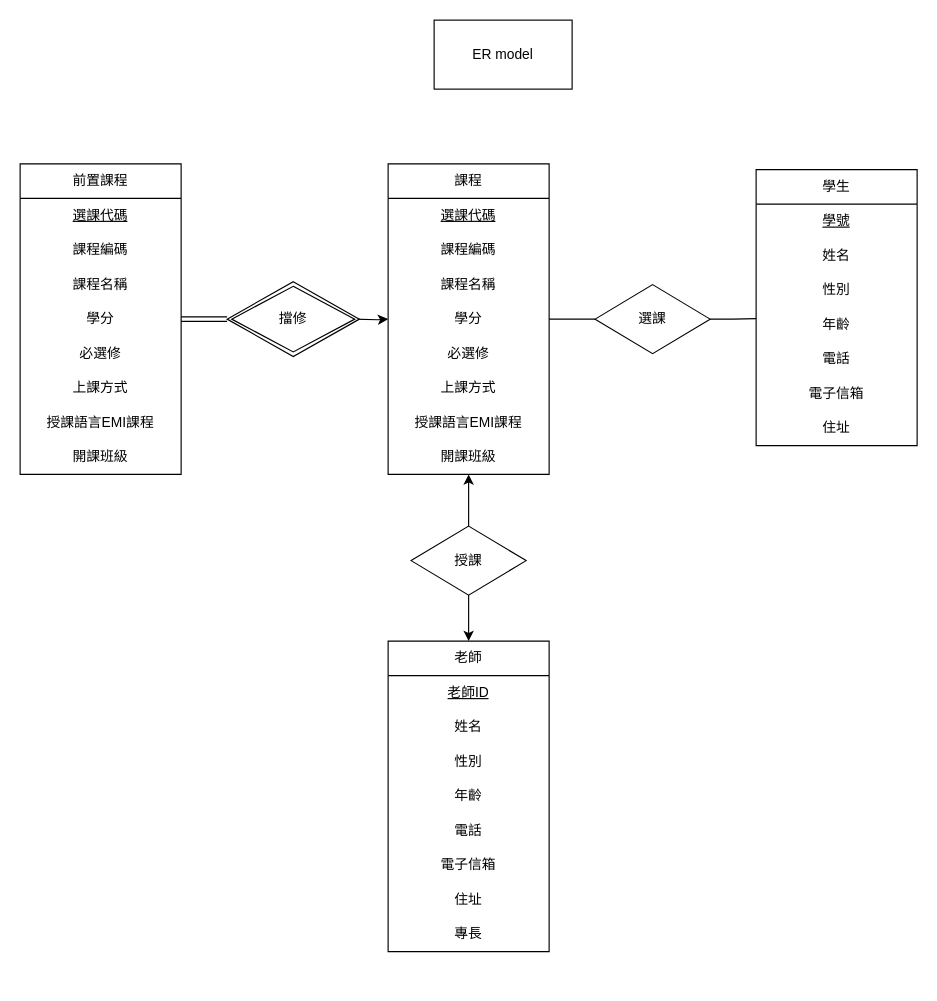
The draw.io diagram DB Schema 設計/ER model.drawio in SparrowTen/FCU_CourseSearch, before the edit. Source tidied: cells renumbered, new cells numbered last; positions are measured from the earlier drawing's top-left corner, leaving out a move shared by most shapes. Both pictures are drawn from the tidied source at 115%, with x=0, y=0 at pixel (20, 20).
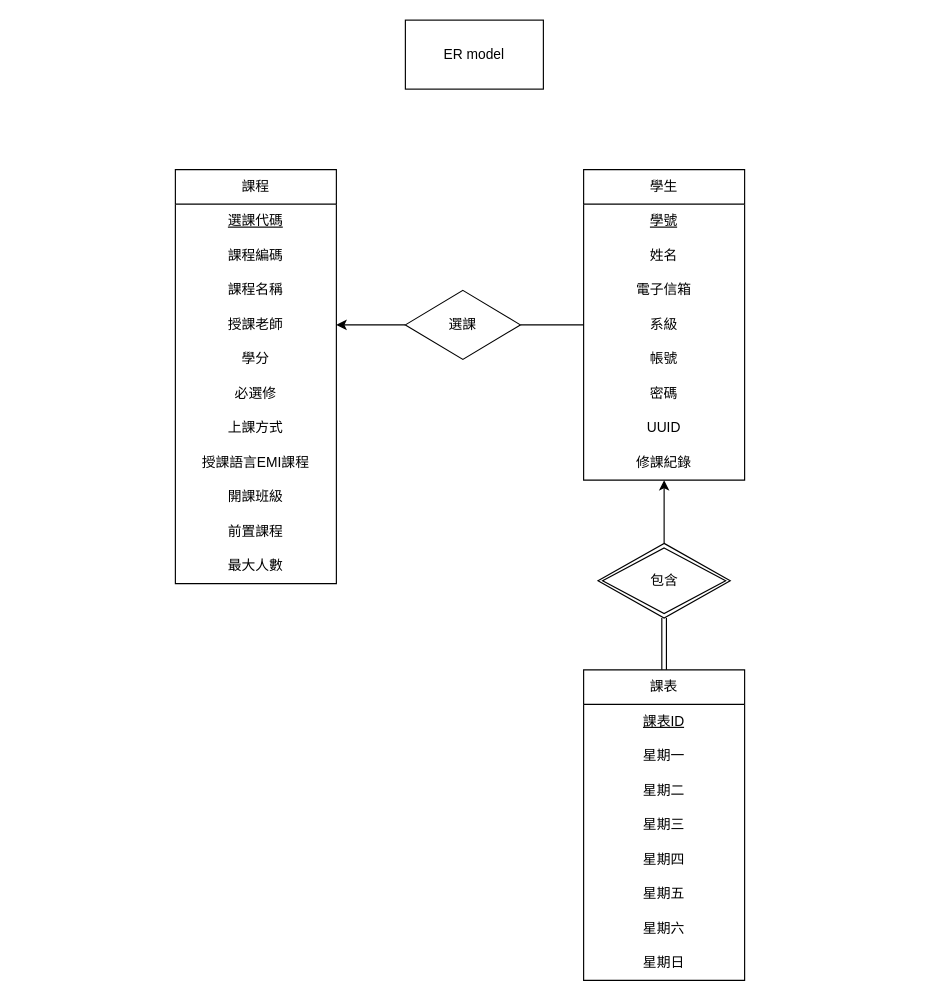
The same page after the edit.

Diff of the diagram source:
```diff
@@
     <mxCell id="2" value="ER model" style="rounded=0;whiteSpace=wrap;html=1;" parent="1" vertex="1">
-      <mxGeometry x="360" width="120" height="60" as="geometry" />
+      <mxGeometry x="335" width="120" height="60" as="geometry" />
     </mxCell>
     <mxCell id="3" value="課程" style="swimlane;fontStyle=0;horizontal=1;startSize=30;whiteSpace=wrap;html=1;" parent="1" vertex="1">
-      <mxGeometry x="320" y="125" width="140" height="270" as="geometry" />
+      <mxGeometry x="135" y="130" width="140" height="360" as="geometry" />
     </mxCell>
@@
+    <mxCell id="48" value="授課老師" style="text;strokeColor=none;fillColor=none;align=center;verticalAlign=middle;spacingLeft=4;spacingRight=4;overflow=hidden;points=[[0,0.5],[1,0.5]];portConstraint=eastwest;whiteSpace=wrap;html=1;" parent="3" vertex="1">
+      <mxGeometry y="120" width="140" height="30" as="geometry" />
+    </mxCell>
     <mxCell id="7" value="學分" style="text;strokeColor=none;fillColor=none;align=center;verticalAlign=middle;spacingLeft=4;spacingRight=4;overflow=hidden;points=[[0,0.5],[1,0.5]];portConstraint=eastwest;whiteSpace=wrap;html=1;" parent="3" vertex="1">
-      <mxGeometry y="120" width="140" height="30" as="geometry" />
+      <mxGeometry y="150" width="140" height="30" as="geometry" />
     </mxCell>
     <mxCell id="8" value="必選修" style="text;strokeColor=none;fillColor=none;align=center;verticalAlign=middle;spacingLeft=4;spacingRight=4;overflow=hidden;whiteSpace=wrap;html=1;" parent="3" vertex="1">
-      <mxGeometry y="150" width="140" height="30" as="geometry" />
+      <mxGeometry y="180" width="140" height="30" as="geometry" />
     </mxCell>
     <mxCell id="9" value="上課方式" style="text;strokeColor=none;fillColor=none;align=center;verticalAlign=middle;spacingLeft=4;spacingRight=4;overflow=hidden;whiteSpace=wrap;html=1;" parent="3" vertex="1">
-      <mxGeometry y="180" width="140" height="30" as="geometry" />
+      <mxGeometry y="210" width="140" height="30" as="geometry" />
     </mxCell>
     <mxCell id="10" value="授課語言EMI課程" style="text;strokeColor=none;fillColor=none;align=center;verticalAlign=middle;spacingLeft=4;spacingRight=4;overflow=hidden;whiteSpace=wrap;html=1;" parent="3" vertex="1">
-      <mxGeometry y="210" width="140" height="30" as="geometry" />
+      <mxGeometry y="240" width="140" height="30" as="geometry" />
     </mxCell>
     <mxCell id="11" value="開課班級" style="text;strokeColor=none;fillColor=none;align=center;verticalAlign=middle;spacingLeft=4;spacingRight=4;overflow=hidden;whiteSpace=wrap;html=1;" parent="3" vertex="1">
-      <mxGeometry y="240" width="140" height="30" as="geometry" />
+      <mxGeometry y="270" width="140" height="30" as="geometry" />
     </mxCell>
-    <mxCell id="12" value="前置課程" style="swimlane;fontStyle=0;horizontal=1;startSize=30;whiteSpace=wrap;html=1;" parent="1" vertex="1">
-      <mxGeometry y="125" width="140" height="270" as="geometry" />
+    <mxCell id="12" value="前置課程" style="text;strokeColor=none;fillColor=none;align=center;verticalAlign=middle;spacingLeft=4;spacingRight=4;overflow=hidden;whiteSpace=wrap;html=1;" parent="3" vertex="1">
+      <mxGeometry y="300" width="140" height="30" as="geometry" />
     </mxCell>
-    <mxCell id="13" value="選課代碼" style="text;strokeColor=none;fillColor=none;align=center;verticalAlign=middle;spacingLeft=4;spacingRight=4;overflow=hidden;whiteSpace=wrap;html=1;fontStyle=4;" parent="12" vertex="1">
-      <mxGeometry y="30" width="140" height="30" as="geometry" />
-    </mxCell>
-    <mxCell id="14" value="課程編碼" style="text;strokeColor=none;fillColor=none;align=center;verticalAlign=middle;spacingLeft=4;spacingRight=4;overflow=hidden;whiteSpace=wrap;html=1;" parent="12" vertex="1">
-      <mxGeometry y="60" width="140" height="30" as="geometry" />
-    </mxCell>
-    <mxCell id="15" value="課程名稱" style="text;strokeColor=none;fillColor=none;align=center;verticalAlign=middle;spacingLeft=4;spacingRight=4;overflow=hidden;whiteSpace=wrap;html=1;" parent="12" vertex="1">
-      <mxGeometry y="90" width="140" height="30" as="geometry" />
-    </mxCell>
-    <mxCell id="16" value="學分" style="text;strokeColor=none;fillColor=none;align=center;verticalAlign=middle;spacingLeft=4;spacingRight=4;overflow=hidden;points=[[0,0.5],[1,0.5]];portConstraint=eastwest;whiteSpace=wrap;html=1;" parent="12" vertex="1">
-      <mxGeometry y="120" width="140" height="30" as="geometry" />
-    </mxCell>
-    <mxCell id="17" value="必選修" style="text;strokeColor=none;fillColor=none;align=center;verticalAlign=middle;spacingLeft=4;spacingRight=4;overflow=hidden;whiteSpace=wrap;html=1;" parent="12" vertex="1">
-      <mxGeometry y="150" width="140" height="30" as="geometry" />
-    </mxCell>
-    <mxCell id="18" value="上課方式" style="text;strokeColor=none;fillColor=none;align=center;verticalAlign=middle;spacingLeft=4;spacingRight=4;overflow=hidden;whiteSpace=wrap;html=1;" parent="12" vertex="1">
-      <mxGeometry y="180" width="140" height="30" as="geometry" />
-    </mxCell>
-    <mxCell id="19" value="授課語言EMI課程" style="text;strokeColor=none;fillColor=none;align=center;verticalAlign=middle;spacingLeft=4;spacingRight=4;overflow=hidden;whiteSpace=wrap;html=1;" parent="12" vertex="1">
-      <mxGeometry y="210" width="140" height="30" as="geometry" />
-    </mxCell>
-    <mxCell id="20" value="開課班級" style="text;strokeColor=none;fillColor=none;align=center;verticalAlign=middle;spacingLeft=4;spacingRight=4;overflow=hidden;whiteSpace=wrap;html=1;" parent="12" vertex="1">
-      <mxGeometry y="240" width="140" height="30" as="geometry" />
-    </mxCell>
+    <mxCell id="49" value="最大人數" style="text;strokeColor=none;fillColor=none;align=center;verticalAlign=middle;spacingLeft=4;spacingRight=4;overflow=hidden;whiteSpace=wrap;html=1;" parent="3" vertex="1">
+      <mxGeometry y="330" width="140" height="30" as="geometry" />
+    </mxCell>
     <mxCell id="21" value="學生" style="swimlane;fontStyle=0;horizontal=1;startSize=30;whiteSpace=wrap;html=1;" parent="1" vertex="1">
-      <mxGeometry x="640" y="130" width="140" height="240" as="geometry" />
+      <mxGeometry x="490" y="130" width="140" height="270" as="geometry" />
     </mxCell>
@@
-    <mxCell id="24" value="性別" style="text;strokeColor=none;fillColor=none;align=center;verticalAlign=middle;spacingLeft=4;spacingRight=4;overflow=hidden;whiteSpace=wrap;html=1;" parent="21" vertex="1">
-      <mxGeometry y="90" width="140" height="30" as="geometry" />
-    </mxCell>
-    <mxCell id="25" value="年齡" style="text;strokeColor=none;fillColor=none;align=center;verticalAlign=middle;spacingLeft=4;spacingRight=4;overflow=hidden;points=[[0,0.5],[1,0.5]];portConstraint=eastwest;whiteSpace=wrap;html=1;" parent="21" vertex="1">
-      <mxGeometry y="120" width="140" height="30" as="geometry" />
-    </mxCell>
-    <mxCell id="26" value="電話" style="text;strokeColor=none;fillColor=none;align=center;verticalAlign=middle;spacingLeft=4;spacingRight=4;overflow=hidden;whiteSpace=wrap;html=1;" parent="21" vertex="1">
-      <mxGeometry y="150" width="140" height="30" as="geometry" />
-    </mxCell>
     <mxCell id="27" value="電子信箱" style="text;strokeColor=none;fillColor=none;align=center;verticalAlign=middle;spacingLeft=4;spacingRight=4;overflow=hidden;whiteSpace=wrap;html=1;" parent="21" vertex="1">
-      <mxGeometry y="180" width="140" height="30" as="geometry" />
+      <mxGeometry y="90" width="140" height="30" as="geometry" />
     </mxCell>
-    <mxCell id="28" value="住址" style="text;strokeColor=none;fillColor=none;align=center;verticalAlign=middle;spacingLeft=4;spacingRight=4;overflow=hidden;whiteSpace=wrap;html=1;" parent="21" vertex="1">
-      <mxGeometry y="210" width="140" height="30" as="geometry" />
-    </mxCell>
-    <mxCell id="29" value="老師" style="swimlane;fontStyle=0;horizontal=1;startSize=30;whiteSpace=wrap;html=1;" parent="1" vertex="1">
-      <mxGeometry x="320" y="540" width="140" height="270" as="geometry" />
-    </mxCell>
-    <mxCell id="30" value="老師ID" style="text;strokeColor=none;fillColor=none;align=center;verticalAlign=middle;spacingLeft=4;spacingRight=4;overflow=hidden;whiteSpace=wrap;html=1;fontStyle=4;" parent="29" vertex="1">
-      <mxGeometry y="30" width="140" height="30" as="geometry" />
-    </mxCell>
-    <mxCell id="31" value="姓名" style="text;strokeColor=none;fillColor=none;align=center;verticalAlign=middle;spacingLeft=4;spacingRight=4;overflow=hidden;whiteSpace=wrap;html=1;" parent="29" vertex="1">
-      <mxGeometry y="60" width="140" height="30" as="geometry" />
-    </mxCell>
-    <mxCell id="32" value="性別" style="text;strokeColor=none;fillColor=none;align=center;verticalAlign=middle;spacingLeft=4;spacingRight=4;overflow=hidden;whiteSpace=wrap;html=1;" parent="29" vertex="1">
-      <mxGeometry y="90" width="140" height="30" as="geometry" />
-    </mxCell>
-    <mxCell id="33" value="年齡" style="text;strokeColor=none;fillColor=none;align=center;verticalAlign=middle;spacingLeft=4;spacingRight=4;overflow=hidden;whiteSpace=wrap;html=1;" parent="29" vertex="1">
-      <mxGeometry y="120" width="140" height="30" as="geometry" />
-    </mxCell>
-    <mxCell id="34" value="電話" style="text;strokeColor=none;fillColor=none;align=center;verticalAlign=middle;spacingLeft=4;spacingRight=4;overflow=hidden;whiteSpace=wrap;html=1;" parent="29" vertex="1">
-      <mxGeometry y="150" width="140" height="30" as="geometry" />
-    </mxCell>
-    <mxCell id="35" value="電子信箱" style="text;strokeColor=none;fillColor=none;align=center;verticalAlign=middle;spacingLeft=4;spacingRight=4;overflow=hidden;whiteSpace=wrap;html=1;" parent="29" vertex="1">
-      <mxGeometry y="180" width="140" height="30" as="geometry" />
-    </mxCell>
-    <mxCell id="36" value="住址" style="text;strokeColor=none;fillColor=none;align=center;verticalAlign=middle;spacingLeft=4;spacingRight=4;overflow=hidden;whiteSpace=wrap;html=1;" parent="29" vertex="1">
-      <mxGeometry y="210" width="140" height="30" as="geometry" />
-    </mxCell>
-    <mxCell id="37" value="專長" style="text;strokeColor=none;fillColor=none;align=center;verticalAlign=middle;spacingLeft=4;spacingRight=4;overflow=hidden;whiteSpace=wrap;html=1;" parent="29" vertex="1">
-      <mxGeometry y="240" width="140" height="30" as="geometry" />
-    </mxCell>
-    <mxCell id="38" style="edgeStyle=orthogonalEdgeStyle;rounded=0;jettySize=auto;html=1;entryX=0;entryY=0.317;entryDx=0;entryDy=0;entryPerimeter=0;endArrow=none;endFill=0;" parent="1" edge="1" source="40" target="25">
-      <mxGeometry relative="1" as="geometry" />
-    </mxCell>
-    <mxCell id="39" style="edgeStyle=orthogonalEdgeStyle;rounded=0;jettySize=auto;html=1;exitX=0;exitY=0.5;exitDx=0;exitDy=0;endArrow=none;endFill=0;" parent="1" edge="1" source="40" target="7">
-      <mxGeometry relative="1" as="geometry" />
-    </mxCell>
+    <mxCell id="50" value="系級" style="text;strokeColor=none;fillColor=none;align=center;verticalAlign=middle;spacingLeft=4;spacingRight=4;overflow=hidden;points=[[0,0.5],[1,0.5]];portConstraint=eastwest;whiteSpace=wrap;html=1;" parent="21" vertex="1">
+      <mxGeometry y="120" width="140" height="30" as="geometry" />
+    </mxCell>
+    <mxCell id="51" value="帳號" style="text;strokeColor=none;fillColor=none;align=center;verticalAlign=middle;spacingLeft=4;spacingRight=4;overflow=hidden;whiteSpace=wrap;html=1;" parent="21" vertex="1">
+      <mxGeometry y="150" width="140" height="30" as="geometry" />
+    </mxCell>
+    <mxCell id="52" value="密碼" style="text;strokeColor=none;fillColor=none;align=center;verticalAlign=middle;spacingLeft=4;spacingRight=4;overflow=hidden;whiteSpace=wrap;html=1;" parent="21" vertex="1">
+      <mxGeometry y="180" width="140" height="30" as="geometry" />
+    </mxCell>
+    <mxCell id="53" value="UUID" style="text;strokeColor=none;fillColor=none;align=center;verticalAlign=middle;spacingLeft=4;spacingRight=4;overflow=hidden;whiteSpace=wrap;html=1;" parent="21" vertex="1">
+      <mxGeometry y="210" width="140" height="30" as="geometry" />
+    </mxCell>
+    <mxCell id="54" value="修課紀錄" style="text;strokeColor=none;fillColor=none;align=center;verticalAlign=middle;spacingLeft=4;spacingRight=4;overflow=hidden;whiteSpace=wrap;html=1;" parent="21" vertex="1">
+      <mxGeometry y="240" width="140" height="30" as="geometry" />
+    </mxCell>
+    <mxCell id="55" style="edgeStyle=orthogonalEdgeStyle;rounded=0;jettySize=auto;html=1;exitX=0;exitY=0.5;exitDx=0;exitDy=0;entryX=1;entryY=0.5;entryDx=0;entryDy=0;" parent="1" edge="1" source="40" target="48">
+      <mxGeometry relative="1" as="geometry" />
+    </mxCell>
+    <mxCell id="56" style="edgeStyle=orthogonalEdgeStyle;rounded=0;jettySize=auto;html=1;exitX=1;exitY=0.5;exitDx=0;exitDy=0;entryX=0;entryY=0.5;entryDx=0;entryDy=0;endArrow=none;endFill=0;" parent="1" edge="1" source="40" target="50">
+      <mxGeometry relative="1" as="geometry" />
+    </mxCell>
     <mxCell id="40" value="選課" style="rhombus;whiteSpace=wrap;html=1;" parent="1" vertex="1">
-      <mxGeometry x="500" y="230" width="100" height="60" as="geometry" />
+      <mxGeometry x="335" y="235" width="100" height="60" as="geometry" />
     </mxCell>
-    <mxCell id="41" style="edgeStyle=orthogonalEdgeStyle;rounded=0;jettySize=auto;html=1;exitX=1;exitY=0.5;exitDx=0;exitDy=0;" parent="1" edge="1" target="7">
-      <mxGeometry relative="1" as="geometry">
-        <mxPoint x="290" y="260" as="sourcePoint" />
-      </mxGeometry>
-    </mxCell>
-    <mxCell id="42" value="擋修" style="shape=rhombus;double=1;perimeter=rhombusPerimeter;whiteSpace=wrap;html=1;align=center;" parent="1" vertex="1">
-      <mxGeometry x="180" y="227.5" width="115" height="65" as="geometry" />
-    </mxCell>
-    <mxCell id="43" style="shape=link;html=1;rounded=0;entryX=0;entryY=0.5;entryDx=0;entryDy=0;exitX=1;exitY=0.5;exitDx=0;exitDy=0;" parent="1" edge="1" source="16" target="42">
-      <mxGeometry relative="1" as="geometry" />
-    </mxCell>
-    <mxCell id="44" style="html=1;whiteSpace=wrap;align=right;verticalAlign=bottom;" parent="43" vertex="1">
-      <mxGeometry x="1" relative="1" as="geometry" />
-    </mxCell>
-    <mxCell id="45" style="edgeStyle=orthogonalEdgeStyle;rounded=0;jettySize=auto;html=1;exitX=0.5;exitY=0;exitDx=0;exitDy=0;" parent="1" edge="1" source="47" target="3">
-      <mxGeometry relative="1" as="geometry" />
-    </mxCell>
-    <mxCell id="46" style="edgeStyle=orthogonalEdgeStyle;rounded=0;jettySize=auto;html=1;exitX=0.5;exitY=1;exitDx=0;exitDy=0;" parent="1" edge="1" source="47" target="29">
-      <mxGeometry relative="1" as="geometry" />
-    </mxCell>
-    <mxCell id="47" value="授課" style="rhombus;whiteSpace=wrap;html=1;" parent="1" vertex="1">
-      <mxGeometry x="340" y="440" width="100" height="60" as="geometry" />
-    </mxCell>
+    <mxCell id="57" value="課表" style="swimlane;fontStyle=0;horizontal=1;startSize=30;whiteSpace=wrap;html=1;" parent="1" vertex="1">
+      <mxGeometry x="490" y="565" width="140" height="270" as="geometry" />
+    </mxCell>
+    <mxCell id="58" value="課表ID" style="text;strokeColor=none;fillColor=none;align=center;verticalAlign=middle;spacingLeft=4;spacingRight=4;overflow=hidden;whiteSpace=wrap;html=1;fontStyle=4;" parent="57" vertex="1">
+      <mxGeometry y="30" width="140" height="30" as="geometry" />
+    </mxCell>
+    <mxCell id="59" value="星期一" style="text;strokeColor=none;fillColor=none;align=center;verticalAlign=middle;spacingLeft=4;spacingRight=4;overflow=hidden;whiteSpace=wrap;html=1;" parent="57" vertex="1">
+      <mxGeometry y="60" width="140" height="30" as="geometry" />
+    </mxCell>
+    <mxCell id="60" value="星期二" style="text;strokeColor=none;fillColor=none;align=center;verticalAlign=middle;spacingLeft=4;spacingRight=4;overflow=hidden;whiteSpace=wrap;html=1;" parent="57" vertex="1">
+      <mxGeometry y="90" width="140" height="30" as="geometry" />
+    </mxCell>
+    <mxCell id="61" value="星期三" style="text;strokeColor=none;fillColor=none;align=center;verticalAlign=middle;spacingLeft=4;spacingRight=4;overflow=hidden;whiteSpace=wrap;html=1;" parent="57" vertex="1">
+      <mxGeometry y="120" width="140" height="30" as="geometry" />
+    </mxCell>
+    <mxCell id="62" value="星期四" style="text;strokeColor=none;fillColor=none;align=center;verticalAlign=middle;spacingLeft=4;spacingRight=4;overflow=hidden;whiteSpace=wrap;html=1;" parent="57" vertex="1">
+      <mxGeometry y="150" width="140" height="30" as="geometry" />
+    </mxCell>
+    <mxCell id="63" value="星期五" style="text;strokeColor=none;fillColor=none;align=center;verticalAlign=middle;spacingLeft=4;spacingRight=4;overflow=hidden;whiteSpace=wrap;html=1;" parent="57" vertex="1">
+      <mxGeometry y="180" width="140" height="30" as="geometry" />
+    </mxCell>
+    <mxCell id="64" value="星期六" style="text;strokeColor=none;fillColor=none;align=center;verticalAlign=middle;spacingLeft=4;spacingRight=4;overflow=hidden;whiteSpace=wrap;html=1;" parent="57" vertex="1">
+      <mxGeometry y="210" width="140" height="30" as="geometry" />
+    </mxCell>
+    <mxCell id="65" value="星期日" style="text;strokeColor=none;fillColor=none;align=center;verticalAlign=middle;spacingLeft=4;spacingRight=4;overflow=hidden;whiteSpace=wrap;html=1;" parent="57" vertex="1">
+      <mxGeometry y="240" width="140" height="30" as="geometry" />
+    </mxCell>
+    <mxCell id="66" style="edgeStyle=orthogonalEdgeStyle;rounded=0;jettySize=auto;html=1;exitX=0.5;exitY=0;exitDx=0;exitDy=0;" parent="1" edge="1" source="67">
+      <mxGeometry relative="1" as="geometry">
+        <mxPoint x="560" y="400" as="targetPoint" />
+      </mxGeometry>
+    </mxCell>
+    <mxCell id="67" value="包含" style="shape=rhombus;double=1;perimeter=rhombusPerimeter;whiteSpace=wrap;html=1;align=center;" parent="1" vertex="1">
+      <mxGeometry x="502.5" y="455" width="115" height="65" as="geometry" />
+    </mxCell>
+    <mxCell id="68" style="shape=link;html=1;rounded=0;entryX=0.5;entryY=1;entryDx=0;entryDy=0;exitX=0.5;exitY=0;exitDx=0;exitDy=0;" parent="1" edge="1" source="57" target="67">
+      <mxGeometry relative="1" as="geometry" />
+    </mxCell>
+    <mxCell id="69" style="html=1;whiteSpace=wrap;align=right;verticalAlign=bottom;" parent="68" vertex="1">
+      <mxGeometry x="1" relative="1" as="geometry" />
+    </mxCell>
```
